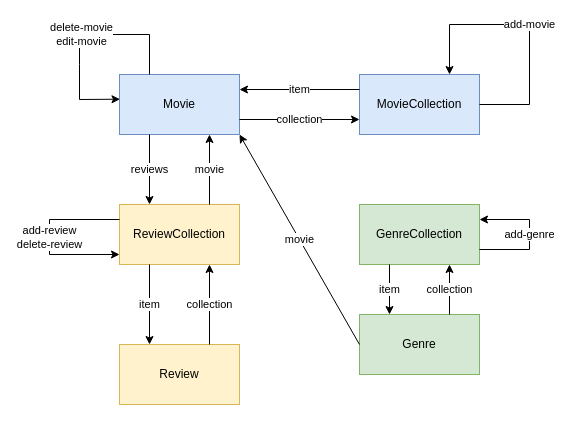
This is wiki_images/state_diagram.drawio from hennaoj/Movie-Rating-System, a draw.io file, before an edit. Source tidied: cells renumbered, new cells numbered last; positions are measured from the earlier drawing's top-left corner, leaving out a move shared by most shapes. Both pictures are drawn from the tidied source at 100%, with x=0, y=0 at pixel (49, 24).
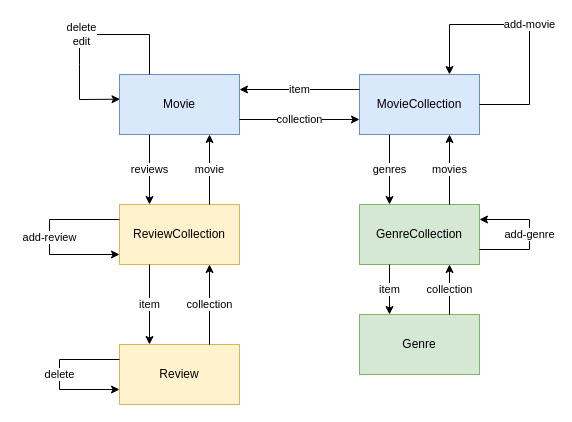
The same diagram, later.

Commit message (it also covers changes not shown here):
fixed relation diagram

Unchanged cells that the change refers to:
```xml
<mxCell id="2" value="MovieCollection" style="rounded=0;whiteSpace=wrap;html=1;fillColor=#dae8fc;strokeColor=#6c8ebf;" parent="1" vertex="1">
  <mxGeometry x="310" y="50" width="120" height="60" as="geometry" />
</mxCell>
<mxCell id="3" value="Movie" style="rounded=0;whiteSpace=wrap;html=1;fillColor=#dae8fc;strokeColor=#6c8ebf;" parent="1" vertex="1">
  <mxGeometry x="70" y="50" width="120" height="60" as="geometry" />
</mxCell>
<mxCell id="6" value="ReviewCollection" style="rounded=0;whiteSpace=wrap;html=1;fillColor=#fff2cc;strokeColor=#d6b656;" parent="1" vertex="1">
  <mxGeometry x="70" y="180" width="120" height="60" as="geometry" />
</mxCell>
<mxCell id="10" value="Review" style="rounded=0;whiteSpace=wrap;html=1;fillColor=#fff2cc;strokeColor=#d6b656;" parent="1" vertex="1">
  <mxGeometry x="70" y="320" width="120" height="60" as="geometry" />
</mxCell>
<mxCell id="15" value="GenreCollection" style="rounded=0;whiteSpace=wrap;html=1;fillColor=#d5e8d4;strokeColor=#82b366;" parent="1" vertex="1">
  <mxGeometry x="310" y="180" width="120" height="60" as="geometry" />
</mxCell>
<mxCell id="16" value="Genre" style="rounded=0;whiteSpace=wrap;html=1;fillColor=#d5e8d4;strokeColor=#82b366;" parent="1" vertex="1">
  <mxGeometry x="310" y="290" width="120" height="60" as="geometry" />
</mxCell>
```

What changed in the source:
```diff
@@
-    <mxCell id="9" value="delete-movie&lt;br&gt;edit-movie" style="endArrow=classic;html=1;rounded=0;exitX=0.25;exitY=0;exitDx=0;exitDy=0;entryX=0.004;entryY=0.411;entryDx=0;entryDy=0;entryPerimeter=0;" parent="1" edge="1">
+    <mxCell id="9" value="delete&lt;br&gt;edit" style="endArrow=classic;html=1;rounded=0;exitX=0.25;exitY=0;exitDx=0;exitDy=0;entryX=0.004;entryY=0.411;entryDx=0;entryDy=0;entryPerimeter=0;" parent="1" edge="1">
       <mxGeometry relative="1" as="geometry">
         <mxPoint x="100" y="50" as="sourcePoint" />
         <mxPoint x="70.5" y="74.7" as="targetPoint" />
         <Array as="points">
           <mxPoint x="100" y="10" />
           <mxPoint x="30" y="10" />
           <mxPoint x="30" y="40" />
           <mxPoint x="30" y="75" />
         </Array>
       </mxGeometry>
     </mxCell>
@@
-    <mxCell id="13" value="add-review&lt;br&gt;delete-review" style="endArrow=classic;html=1;rounded=0;exitX=0;exitY=0.25;exitDx=0;exitDy=0;" parent="1" edge="1" source="6">
+    <mxCell id="13" value="add-review" style="endArrow=classic;html=1;rounded=0;exitX=0;exitY=0.25;exitDx=0;exitDy=0;" parent="1" edge="1" source="6">
       <mxGeometry relative="1" as="geometry">
         <mxPoint x="70" y="230" as="targetPoint" />
         <Array as="points">
           <mxPoint y="195" />
           <mxPoint y="230" />
         </Array>
       </mxGeometry>
     </mxCell>
@@
-    <mxCell id="20" value="movie" style="endArrow=classic;html=1;rounded=0;entryX=1;entryY=1;entryDx=0;entryDy=0;exitX=0;exitY=0.5;exitDx=0;exitDy=0;" parent="1" edge="1" source="16" target="3">
+    <mxCell id="20" value="movies" style="endArrow=classic;html=1;rounded=0;exitX=0.75;exitY=0;exitDx=0;exitDy=0;entryX=0.75;entryY=1;entryDx=0;entryDy=0;" parent="1" edge="1" source="15" target="2">
       <mxGeometry relative="1" as="geometry" />
     </mxCell>
+    <mxCell id="21" value="genres" style="endArrow=classic;html=1;rounded=0;exitX=0.25;exitY=1;exitDx=0;exitDy=0;entryX=0.25;entryY=0;entryDx=0;entryDy=0;" parent="1" edge="1" source="2" target="15">
+      <mxGeometry relative="1" as="geometry" />
+    </mxCell>
+    <mxCell id="22" value="delete" style="endArrow=classic;html=1;rounded=0;exitX=0;exitY=0.25;exitDx=0;exitDy=0;entryX=0;entryY=0.75;entryDx=0;entryDy=0;" parent="1" edge="1" source="10" target="10">
+      <mxGeometry relative="1" as="geometry">
+        <Array as="points">
+          <mxPoint x="10" y="335" />
+          <mxPoint x="10" y="365" />
+        </Array>
+      </mxGeometry>
+    </mxCell>
```
